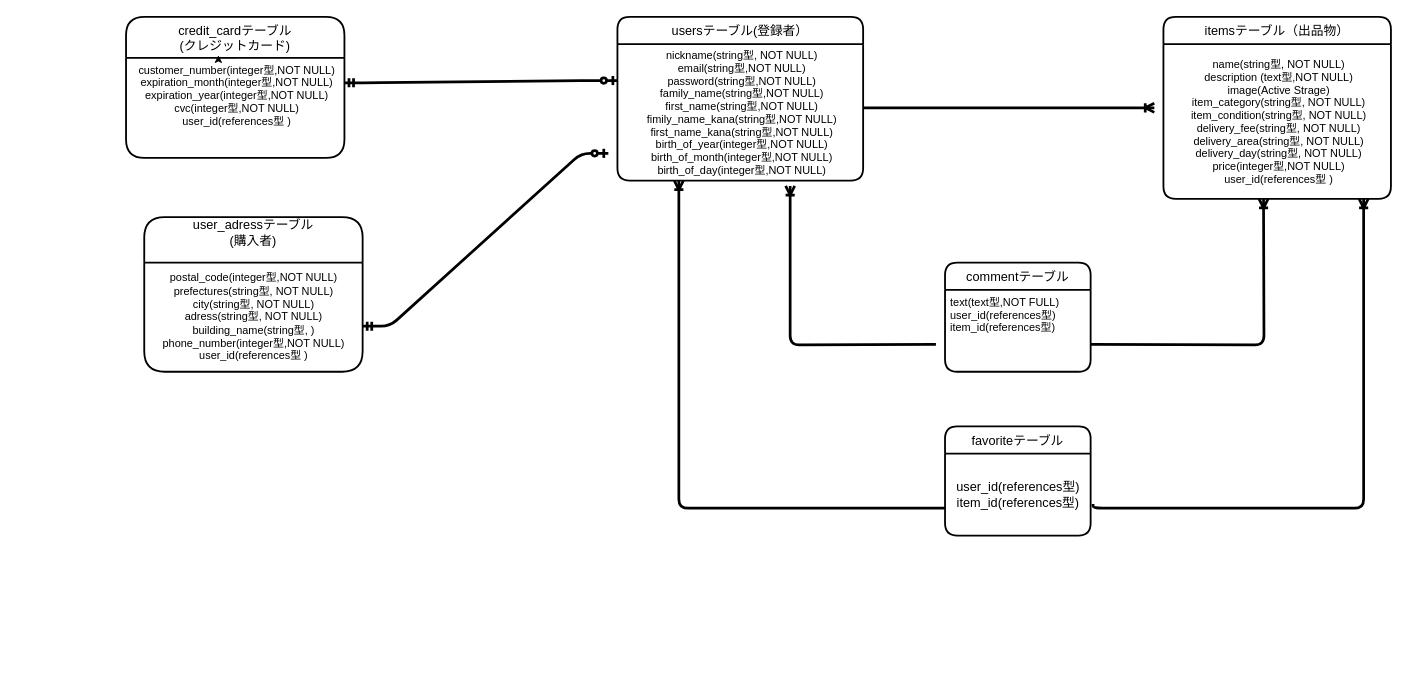
Above: test.dio in JunOno09/furima-32508 (draw.io), before the change. Source tidied: cells renumbered, new cells numbered last; positions are measured from the earlier drawing's top-left corner, leaving out a move shared by most shapes. Both pictures are drawn from the tidied source at 91%, with x=0, y=0 at pixel (126, 16).
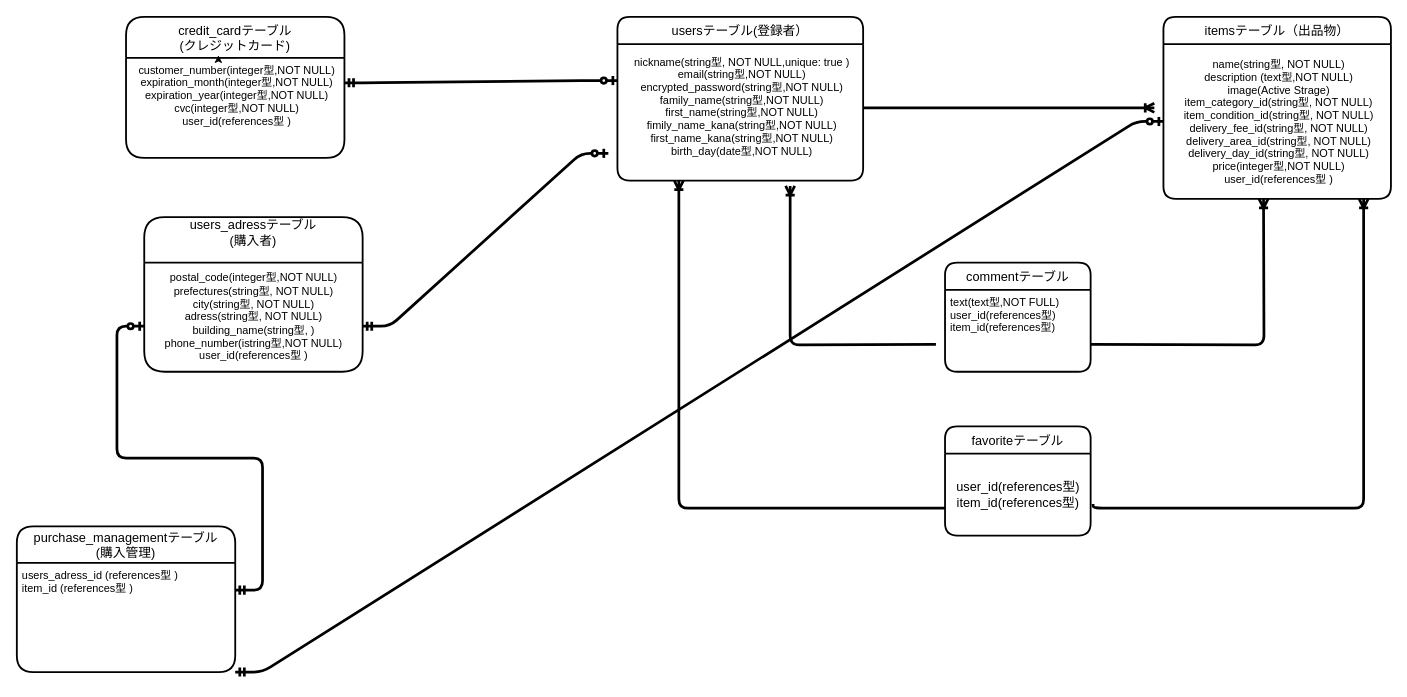
Above is the later version.

Unchanged cells that the change refers to:
```xml
<mxCell id="8" value="usersテーブル(登録者）" style="swimlane;horizontal=1;startSize=30;rounded=1;fontSize=14;fontStyle=0;strokeWidth=2;shadow=0;dashed=0;align=center;" parent="1" vertex="1">
  <mxGeometry x="540" width="270" height="180" as="geometry" />
</mxCell>
<mxCell id="10" value="itemsテーブル（出品物）" style="swimlane;horizontal=1;startSize=30;rounded=1;fontSize=14;fontStyle=0;strokeWidth=2;shadow=0;dashed=0;align=center;" parent="1" vertex="1">
  <mxGeometry x="1140" width="250" height="200" as="geometry" />
</mxCell>
```

Change to the diagram source:
```diff
@@
-    <mxCell id="2" value="user_adressテーブル&#10;(購入者)&#10;" style="swimlane;horizontal=1;startSize=50;rounded=1;fontSize=14;fontStyle=0;strokeWidth=2;shadow=0;dashed=0;align=center;" parent="1" vertex="1">
+    <mxCell id="2" value="users_adressテーブル&#10;(購入者)&#10;" style="swimlane;horizontal=1;startSize=50;rounded=1;fontSize=14;fontStyle=0;strokeWidth=2;shadow=0;dashed=0;align=center;" parent="1" vertex="1">
       <mxGeometry x="20" y="220" width="240" height="170" as="geometry" />
     </mxCell>
-    <mxCell id="3" value="&lt;span&gt;postal_code(integer型,NOT NULL)&lt;/span&gt;&lt;br&gt;&lt;span&gt;prefectures(string型, NOT NULL)&lt;/span&gt;&lt;br&gt;&lt;span&gt;city(string型, NOT NULL)&lt;/span&gt;&lt;br&gt;&lt;span&gt;adress(string型, NOT NULL)&lt;/span&gt;&lt;br&gt;&lt;span&gt;building_name(string型, )&lt;/span&gt;&lt;br&gt;&lt;span&gt;phone_number(integer型,NOT NULL)&lt;br&gt;user_id&lt;/span&gt;&lt;span style=&quot;text-align: left&quot;&gt;(references型 )&lt;/span&gt;&lt;span&gt;&lt;br&gt;&lt;/span&gt;" style="text;html=1;align=center;verticalAlign=middle;" parent="2" vertex="1">
+    <mxCell id="3" value="&lt;span&gt;postal_code(integer型,NOT NULL)&lt;/span&gt;&lt;br&gt;&lt;span&gt;prefectures(string型, NOT NULL)&lt;/span&gt;&lt;br&gt;&lt;span&gt;city(string型, NOT NULL)&lt;/span&gt;&lt;br&gt;&lt;span&gt;adress(string型, NOT NULL)&lt;/span&gt;&lt;br&gt;&lt;span&gt;building_name(string型, )&lt;/span&gt;&lt;br&gt;&lt;span&gt;phone_number(istring型,NOT NULL)&lt;br&gt;user_id&lt;/span&gt;&lt;span style=&quot;text-align: left&quot;&gt;(references型 )&lt;/span&gt;&lt;span&gt;&lt;br&gt;&lt;/span&gt;" style="text;html=1;align=center;verticalAlign=middle;" parent="2" vertex="1">
       <mxGeometry y="50" width="240" height="120" as="geometry" />
     </mxCell>
@@
-    <mxCell id="9" value="nickname(string型, NOT NULL)&#10;email(string型,NOT NULL)&#10;password(string型,NOT NULL)&#10;family_name(string型,NOT NULL)&#10;first_name(string型,NOT NULL)&#10;fimily_name_kana(string型,NOT NULL)&#10;first_name_kana(string型,NOT NULL)&#10;birth_of_year(integer型,NOT NULL)&#10;birth_of_month(integer型,NOT NULL)&#10;birth_of_day(integer型,NOT NULL)" style="align=center;strokeColor=none;fillColor=none;spacingLeft=4;fontSize=12;verticalAlign=middle;" parent="8" vertex="1">
+    <mxCell id="9" value="nickname(string型, NOT NULL,unique: true )&#10;email(string型,NOT NULL)&#10;encrypted_password(string型,NOT NULL)&#10;family_name(string型,NOT NULL)&#10;first_name(string型,NOT NULL)&#10;fimily_name_kana(string型,NOT NULL)&#10;first_name_kana(string型,NOT NULL)&#10;birth_day(date型,NOT NULL)&#10;" style="align=center;strokeColor=none;fillColor=none;spacingLeft=4;fontSize=12;verticalAlign=middle;" parent="8" vertex="1">
       <mxGeometry y="30" width="270" height="150" as="geometry" />
     </mxCell>
@@
-    <mxCell id="11" value="name(string型, NOT NULL)&#10;description (text型,NOT NULL)&#10;image(Active Strage)&#10;item_category(string型, NOT NULL)&#10;item_condition(string型, NOT NULL)&#10;delivery_fee(string型, NOT NULL)&#10;delivery_area(string型, NOT NULL)&#10;delivery_day(string型, NOT NULL)&#10;price(integer型,NOT NULL)&#10;user_id(references型 )" style="align=center;strokeColor=none;fillColor=none;spacingLeft=4;fontSize=12;verticalAlign=middle;" parent="10" vertex="1">
+    <mxCell id="11" value="name(string型, NOT NULL)&#10;description (text型,NOT NULL)&#10;image(Active Strage)&#10;item_category_id(string型, NOT NULL)&#10;item_condition_id(string型, NOT NULL)&#10;delivery_fee_id(string型, NOT NULL)&#10;delivery_area_id(string型, NOT NULL)&#10;delivery_day_id(string型, NOT NULL)&#10;price(integer型,NOT NULL)&#10;user_id(references型 )" style="align=center;strokeColor=none;fillColor=none;spacingLeft=4;fontSize=12;verticalAlign=middle;" parent="10" vertex="1">
       <mxGeometry y="30" width="250" height="170" as="geometry" />
     </mxCell>
@@
+    <mxCell id="23" value="purchase_managementテーブル&#10;(購入管理)" style="swimlane;horizontal=1;startSize=40;rounded=1;fontSize=14;fontStyle=0;strokeWidth=2;shadow=0;dashed=0;align=center;" parent="1" vertex="1">
+      <mxGeometry x="-120" y="560" width="240" height="160" as="geometry" />
+    </mxCell>
+    <mxCell id="24" value="users_adress_id (references型 )&#10;item_id (references型 )" style="align=left;strokeColor=none;fillColor=none;spacingLeft=4;fontSize=12;verticalAlign=top;" parent="23" vertex="1">
+      <mxGeometry y="40" width="240" height="120" as="geometry" />
+    </mxCell>
+    <mxCell id="25" style="edgeStyle=entityRelationEdgeStyle;fontSize=12;html=1;endArrow=ERzeroToOne;startArrow=ERmandOne;strokeWidth=3;" parent="1" edge="1">
+      <mxGeometry relative="1" as="geometry">
+        <mxPoint x="120" y="630" as="sourcePoint" />
+        <mxPoint x="20" y="340" as="targetPoint" />
+      </mxGeometry>
+    </mxCell>
+    <mxCell id="26" style="edgeStyle=entityRelationEdgeStyle;fontSize=12;html=1;endArrow=ERzeroToOne;startArrow=ERmandOne;strokeWidth=3;exitX=1;exitY=1;exitDx=0;exitDy=0;" parent="1" edge="1" source="24" target="11">
+      <mxGeometry relative="1" as="geometry" />
+    </mxCell>
```
